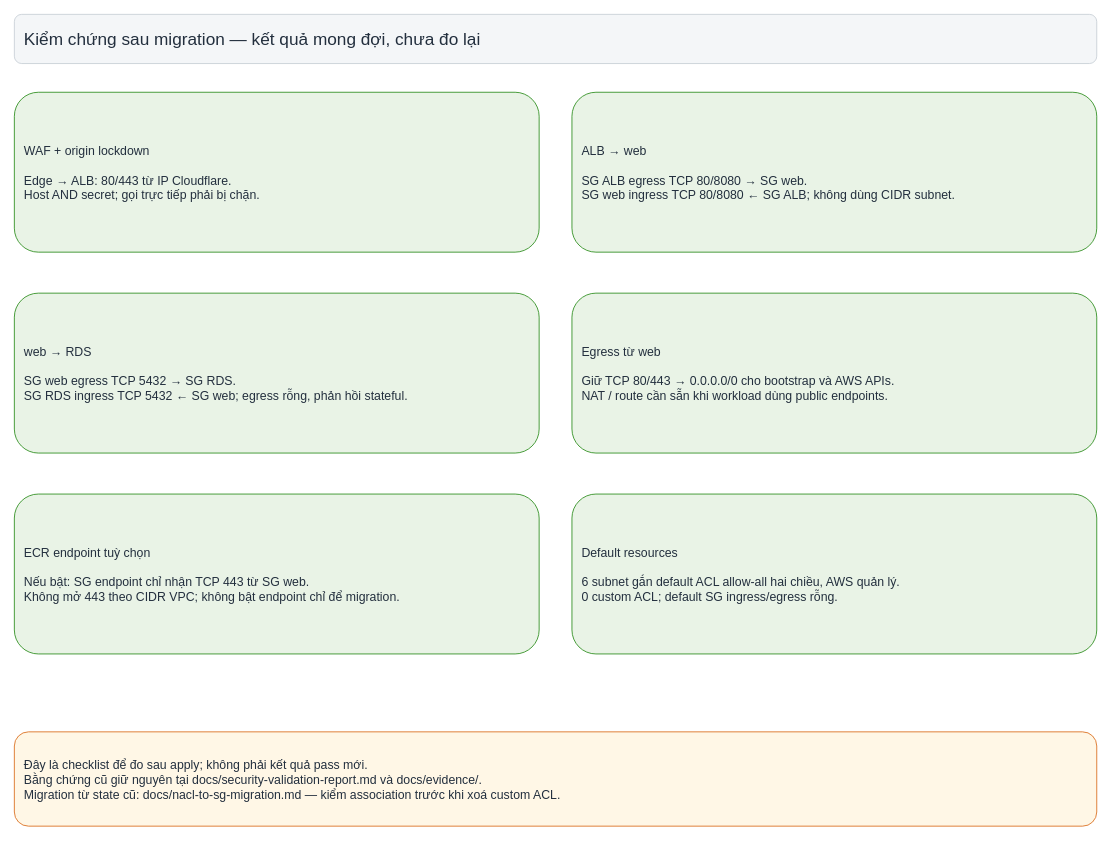
The draw.io diagram page "3 — Kiểm chứng SG sau migration" (3 of 3) of docs/diagrams/hushstore-aws-don-gian.drawio in Elmira-Athena/PBL3, before the edit. Source tidied: cells renumbered, new cells numbered last; positions are measured from the earlier drawing's top-left corner, leaving out a move shared by most shapes. Both pictures are drawn from the tidied source at 82%, with x=0, y=0 at pixel (14, 14).
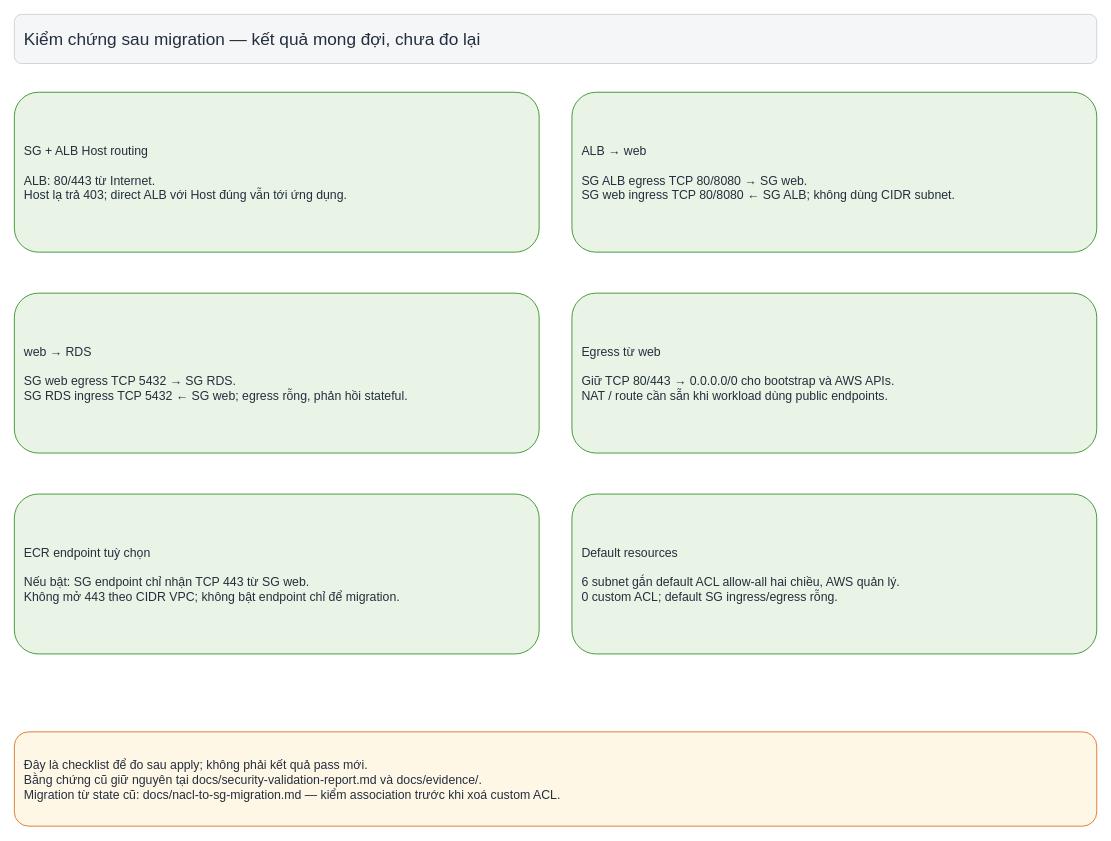
Above is the later version.

The edit, as a diff of the source:
```diff
@@
 <mxGraphModel>
   <root>
     <mxCell id="0" />
     <mxCell id="1" parent="0" />
     <mxCell id="2" value="Kiểm chứng sau migration — kết quả mong đợi, chưa đo lại" style="rounded=1;whiteSpace=wrap;html=1;fillColor=#F4F6F8;strokeColor=#C6CDD4;fontColor=#232F3E;fontSize=21;align=left;verticalAlign=middle;spacing=12;" parent="1" vertex="1">
       <mxGeometry width="1320" height="60" as="geometry" />
     </mxCell>
-    <mxCell id="3" value="WAF + origin lockdown&lt;br&gt;&lt;br&gt;Edge → ALB: 80/443 từ IP Cloudflare.&lt;br&gt;Host AND secret; gọi trực tiếp phải bị chặn." style="rounded=1;whiteSpace=wrap;html=1;fillColor=#E9F3E6;strokeColor=#248814;fontColor=#232F3E;fontSize=15;align=left;verticalAlign=middle;spacing=12;" parent="1" vertex="1">
+    <mxCell id="3" value="SG + ALB Host routing&lt;br&gt;&lt;br&gt;ALB: 80/443 từ Internet.&lt;br&gt;Host lạ trả 403; direct ALB với Host đúng vẫn tới ứng dụng." style="rounded=1;whiteSpace=wrap;html=1;fillColor=#E9F3E6;strokeColor=#248814;fontColor=#232F3E;fontSize=15;align=left;verticalAlign=middle;spacing=12;" parent="1" vertex="1">
       <mxGeometry y="95" width="640" height="195" as="geometry" />
     </mxCell>
     <mxCell id="4" value="ALB → web&lt;br&gt;&lt;br&gt;SG ALB egress TCP 80/8080 → SG web.&lt;br&gt;SG web ingress TCP 80/8080 ← SG ALB; không dùng CIDR subnet." style="rounded=1;whiteSpace=wrap;html=1;fillColor=#E9F3E6;strokeColor=#248814;fontColor=#232F3E;fontSize=15;align=left;verticalAlign=middle;spacing=12;" parent="1" vertex="1">
       <mxGeometry x="680" y="95" width="640" height="195" as="geometry" />
     </mxCell>
     <mxCell id="5" value="web → RDS&lt;br&gt;&lt;br&gt;SG web egress TCP 5432 → SG RDS.&lt;br&gt;SG RDS ingress TCP 5432 ← SG web; egress rỗng, phản hồi stateful." style="rounded=1;whiteSpace=wrap;html=1;fillColor=#E9F3E6;strokeColor=#248814;fontColor=#232F3E;fontSize=15;align=left;verticalAlign=middle;spacing=12;" parent="1" vertex="1">
       <mxGeometry y="340" width="640" height="195" as="geometry" />
     </mxCell>
     <mxCell id="6" value="Egress từ web&lt;br&gt;&lt;br&gt;Giữ TCP 80/443 → 0.0.0.0/0 cho bootstrap và AWS APIs.&lt;br&gt;NAT / route cần sẵn khi workload dùng public endpoints." style="rounded=1;whiteSpace=wrap;html=1;fillColor=#E9F3E6;strokeColor=#248814;fontColor=#232F3E;fontSize=15;align=left;verticalAlign=middle;spacing=12;" parent="1" vertex="1">
       <mxGeometry x="680" y="340" width="640" height="195" as="geometry" />
     </mxCell>
     <mxCell id="7" value="ECR endpoint tuỳ chọn&lt;br&gt;&lt;br&gt;Nếu bật: SG endpoint chỉ nhận TCP 443 từ SG web.&lt;br&gt;Không mở 443 theo CIDR VPC; không bật endpoint chỉ để migration." style="rounded=1;whiteSpace=wrap;html=1;fillColor=#E9F3E6;strokeColor=#248814;fontColor=#232F3E;fontSize=15;align=left;verticalAlign=middle;spacing=12;" parent="1" vertex="1">
       <mxGeometry y="585" width="640" height="195" as="geometry" />
     </mxCell>
     <mxCell id="8" value="Default resources&lt;br&gt;&lt;br&gt;6 subnet gắn default ACL allow-all hai chiều, AWS quản lý.&lt;br&gt;0 custom ACL; default SG ingress/egress rỗng." style="rounded=1;whiteSpace=wrap;html=1;fillColor=#E9F3E6;strokeColor=#248814;fontColor=#232F3E;fontSize=15;align=left;verticalAlign=middle;spacing=12;" parent="1" vertex="1">
       <mxGeometry x="680" y="585" width="640" height="195" as="geometry" />
     </mxCell>
     <mxCell id="9" value="Đây là checklist để đo sau apply; không phải kết quả pass mới.&lt;br&gt;Bằng chứng cũ giữ nguyên tại docs/security-validation-report.md và docs/evidence/.&lt;br&gt;Migration từ state cũ: docs/nacl-to-sg-migration.md — kiểm association trước khi xoá custom ACL." style="rounded=1;whiteSpace=wrap;html=1;fillColor=#FFF7E6;strokeColor=#D86613;fontColor=#232F3E;fontSize=15;align=left;verticalAlign=middle;spacing=12;" parent="1" vertex="1">
       <mxGeometry y="875" width="1320" height="115" as="geometry" />
     </mxCell>
   </root>
 </mxGraphModel>
```
